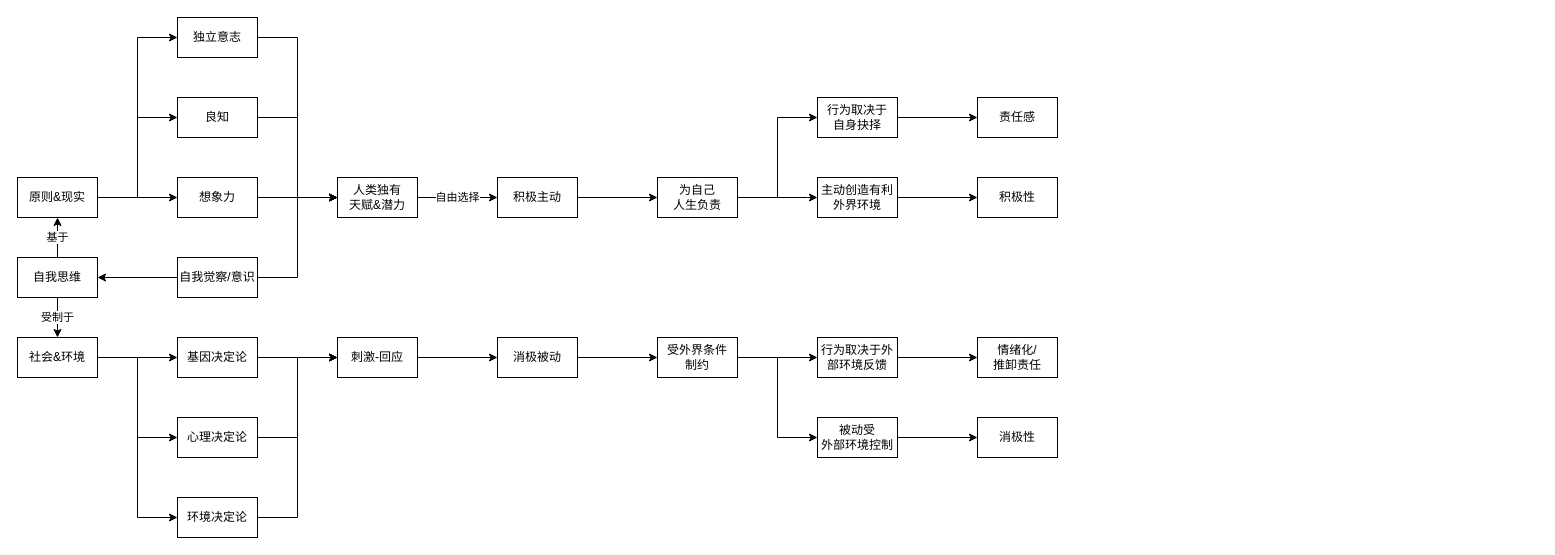
Above: page "第 2 页" (2 of 2) of 高效能人士的七个习惯.drawio in youyusan/hight-effect (draw.io), before the change. Source tidied: cells renumbered, new cells numbered last; positions are measured from the earlier drawing's top-left corner, leaving out a move shared by most shapes. Both pictures are drawn from the tidied source at 100%, with x=0, y=0 at pixel (17, 17).
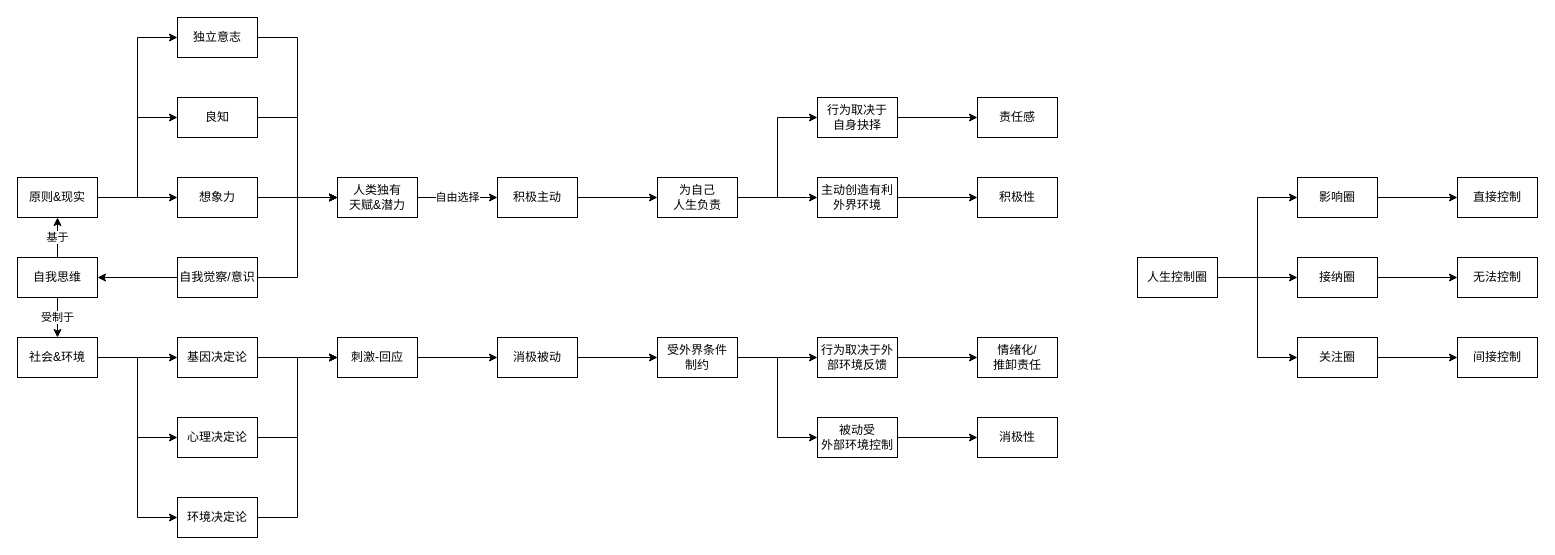
Above is the later version.

Commit message:
更新高效能人士的七个习惯.drawio

Change to the diagram source:
```diff
@@
+    <mxCell id="54" style="edgeStyle=orthogonalEdgeStyle;rounded=0;jettySize=auto;html=1;entryX=0;entryY=0.5;entryDx=0;entryDy=0;" parent="1" edge="1" source="57" target="61">
+      <mxGeometry relative="1" as="geometry" />
+    </mxCell>
+    <mxCell id="55" style="edgeStyle=orthogonalEdgeStyle;rounded=0;jettySize=auto;html=1;" parent="1" edge="1" source="57" target="63">
+      <mxGeometry relative="1" as="geometry" />
+    </mxCell>
+    <mxCell id="56" style="edgeStyle=orthogonalEdgeStyle;rounded=0;jettySize=auto;html=1;entryX=0;entryY=0.5;entryDx=0;entryDy=0;" parent="1" edge="1" source="57" target="59">
+      <mxGeometry relative="1" as="geometry" />
+    </mxCell>
+    <mxCell id="57" value="人生控制圈" style="rounded=0;whiteSpace=wrap;html=1;" parent="1" vertex="1">
+      <mxGeometry x="1120" y="240" width="80" height="40" as="geometry" />
+    </mxCell>
+    <mxCell id="58" style="edgeStyle=orthogonalEdgeStyle;rounded=0;jettySize=auto;html=1;" parent="1" edge="1" source="59" target="65">
+      <mxGeometry relative="1" as="geometry" />
+    </mxCell>
+    <mxCell id="59" value="关注圈" style="rounded=0;whiteSpace=wrap;html=1;" parent="1" vertex="1">
+      <mxGeometry x="1280" y="320" width="80" height="40" as="geometry" />
+    </mxCell>
+    <mxCell id="60" style="edgeStyle=orthogonalEdgeStyle;rounded=0;jettySize=auto;html=1;" parent="1" edge="1" source="61" target="64">
+      <mxGeometry relative="1" as="geometry" />
+    </mxCell>
+    <mxCell id="61" value="影响圈" style="rounded=0;whiteSpace=wrap;html=1;" parent="1" vertex="1">
+      <mxGeometry x="1280" y="160" width="80" height="40" as="geometry" />
+    </mxCell>
+    <mxCell id="62" style="edgeStyle=orthogonalEdgeStyle;rounded=0;jettySize=auto;html=1;" parent="1" edge="1" source="63" target="66">
+      <mxGeometry relative="1" as="geometry" />
+    </mxCell>
+    <mxCell id="63" value="接纳圈" style="rounded=0;whiteSpace=wrap;html=1;" parent="1" vertex="1">
+      <mxGeometry x="1280" y="240" width="80" height="40" as="geometry" />
+    </mxCell>
+    <mxCell id="64" value="直接控制" style="rounded=0;whiteSpace=wrap;html=1;" parent="1" vertex="1">
+      <mxGeometry x="1440" y="160" width="80" height="40" as="geometry" />
+    </mxCell>
+    <mxCell id="65" value="间接控制" style="rounded=0;whiteSpace=wrap;html=1;" parent="1" vertex="1">
+      <mxGeometry x="1440" y="320" width="80" height="40" as="geometry" />
+    </mxCell>
+    <mxCell id="66" value="无法控制" style="rounded=0;whiteSpace=wrap;html=1;" parent="1" vertex="1">
+      <mxGeometry x="1440" y="240" width="80" height="40" as="geometry" />
+    </mxCell>
```
